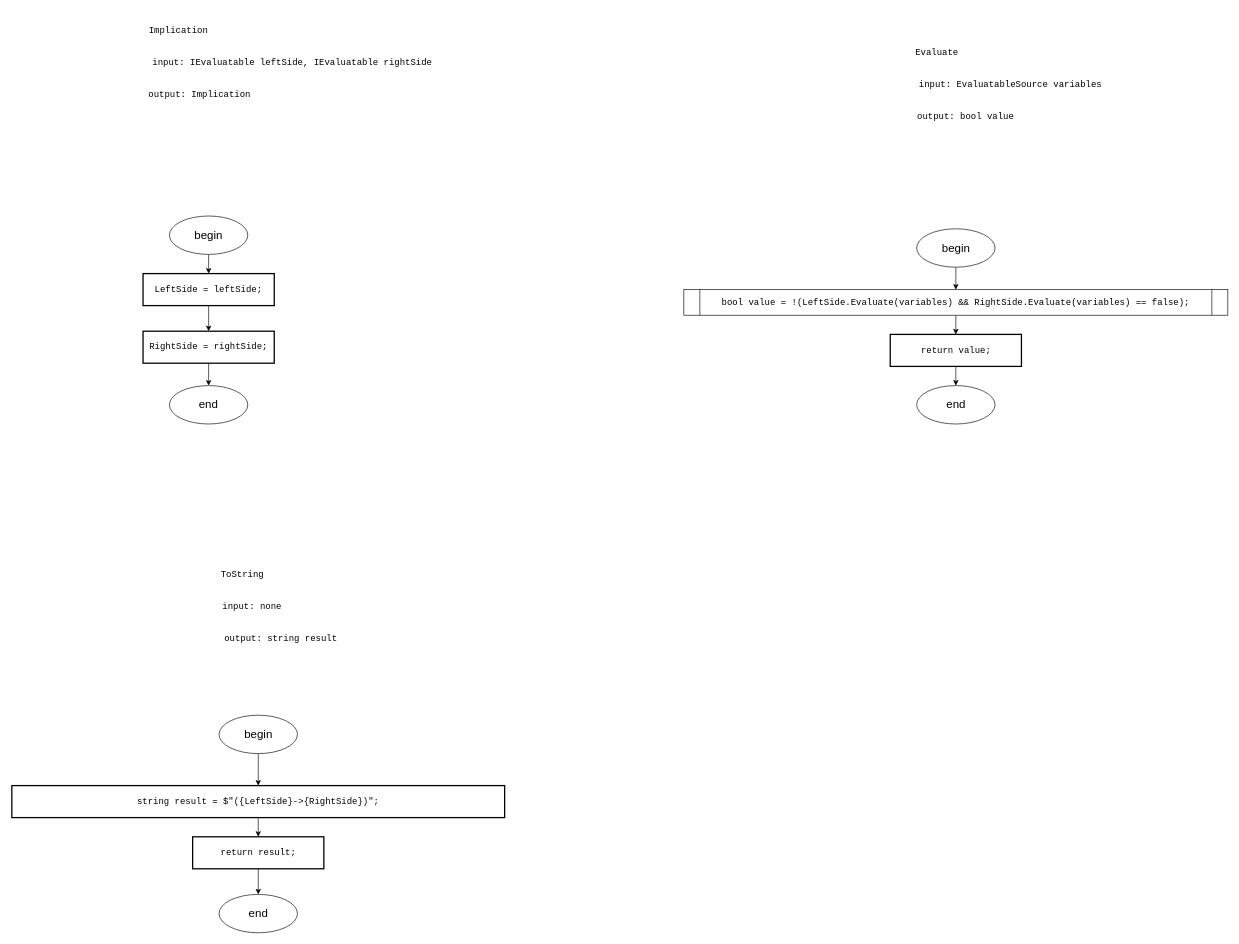
This is Diagrams/implication.drawio from slavikovics/FictionalVariables, a draw.io file, before an edit. Source tidied: cells renumbered, new cells numbered last; positions are measured from the earlier drawing's top-left corner, leaving out a move shared by most shapes. Both pictures are drawn from the tidied source at 64%, with x=0, y=0 at pixel (12, 11).
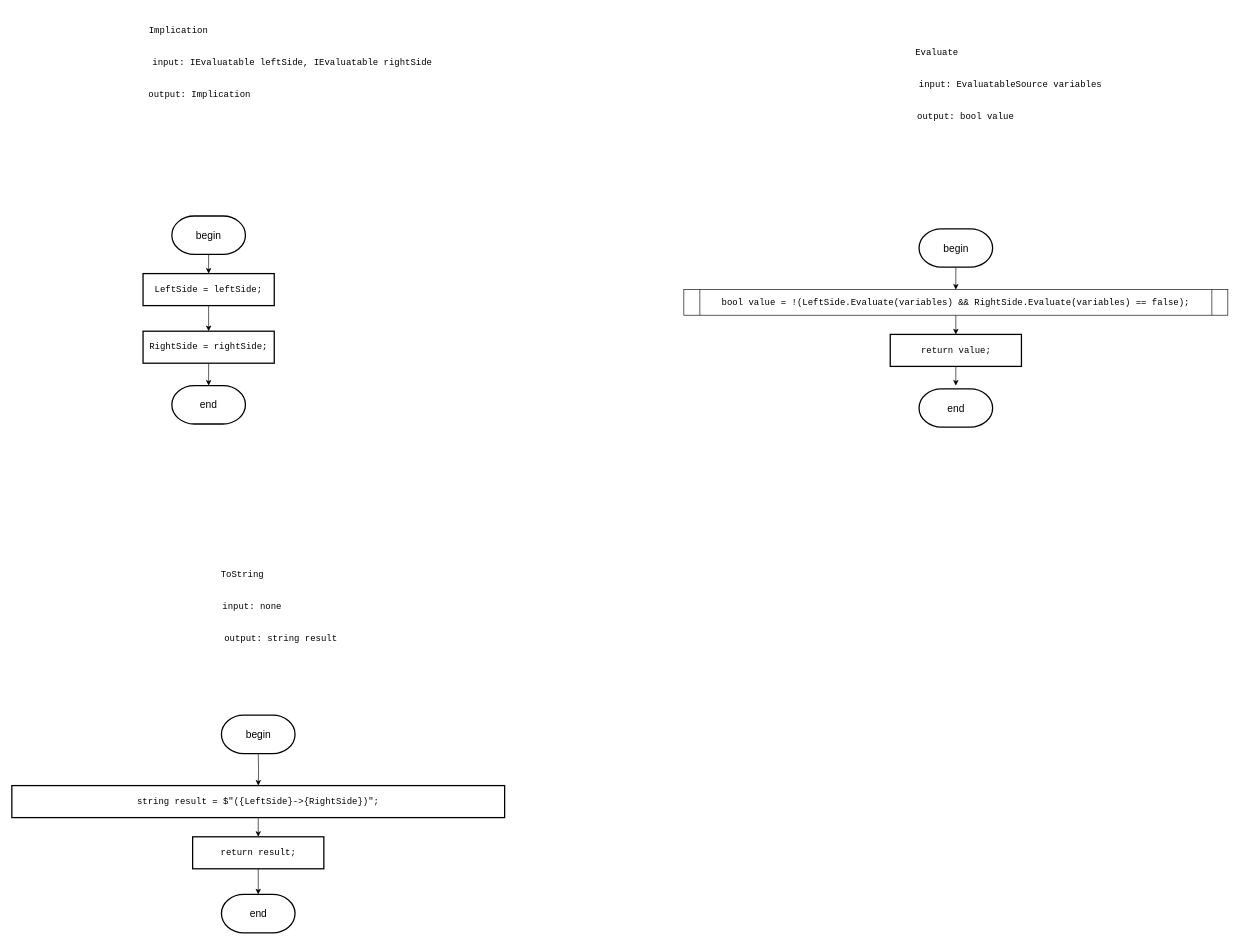
Above is the later version.

The change refers to these unchanged cells:
```xml
<mxCell id="4" value="&lt;div style=&quot;&quot;&gt;&lt;pre style=&quot;font-family: &amp;quot;JetBrains Mono&amp;quot;, monospace;&quot;&gt;LeftSide = &lt;span style=&quot;&quot;&gt;leftSide&lt;/span&gt;;&lt;/pre&gt;&lt;/div&gt;" style="rounded=0;whiteSpace=wrap;html=1;absoluteArcSize=1;arcSize=14;strokeWidth=2;fontSize=14;labelBackgroundColor=none;fontColor=#000000;" parent="1" vertex="1">
  <mxGeometry x="205" y="410" width="205" height="50" as="geometry" />
</mxCell>
<mxCell id="6" value="&lt;div style=&quot;&quot;&gt;&lt;pre style=&quot;font-family: &amp;quot;JetBrains Mono&amp;quot;, monospace;&quot;&gt;&lt;div&gt;&lt;pre style=&quot;font-family: &amp;quot;JetBrains Mono&amp;quot;, monospace;&quot;&gt;RightSide = &lt;span style=&quot;&quot;&gt;rightSide&lt;/span&gt;;&lt;/pre&gt;&lt;/div&gt;&lt;/pre&gt;&lt;/div&gt;" style="rounded=0;whiteSpace=wrap;html=1;absoluteArcSize=1;arcSize=14;strokeWidth=2;fontSize=14;labelBackgroundColor=none;fontColor=#000000;" parent="1" vertex="1">
  <mxGeometry x="205" y="500" width="205" height="50" as="geometry" />
</mxCell>
<mxCell id="14" value="&lt;div style=&quot;&quot;&gt;&lt;pre style=&quot;font-family: &amp;quot;JetBrains Mono&amp;quot;, monospace;&quot;&gt;&lt;pre style=&quot;font-family: &amp;quot;JetBrains Mono&amp;quot;, monospace;&quot;&gt;&lt;pre style=&quot;font-family: &amp;quot;JetBrains Mono&amp;quot;, monospace;&quot;&gt;&lt;pre style=&quot;font-family: &amp;quot;JetBrains Mono&amp;quot;, monospace;&quot;&gt;&lt;pre style=&quot;font-family: &amp;quot;JetBrains Mono&amp;quot;, monospace;&quot;&gt;&lt;div&gt;&lt;pre style=&quot;font-family: &amp;quot;JetBrains Mono&amp;quot;, monospace;&quot;&gt;&lt;span style=&quot;&quot;&gt;string &lt;/span&gt;result = &lt;span style=&quot;&quot;&gt;$&quot;(&lt;/span&gt;{LeftSide}&lt;span style=&quot;&quot;&gt;-&amp;gt;&lt;/span&gt;{RightSide}&lt;span style=&quot;&quot;&gt;)&quot;&lt;/span&gt;;&lt;/pre&gt;&lt;/div&gt;&lt;/pre&gt;&lt;/pre&gt;&lt;/pre&gt;&lt;/pre&gt;&lt;/pre&gt;&lt;/div&gt;" style="rounded=0;whiteSpace=wrap;html=1;absoluteArcSize=1;arcSize=14;strokeWidth=2;fontSize=14;labelBackgroundColor=none;fontColor=#000000;" parent="1" vertex="1">
  <mxGeometry y="1210" width="770" height="50" as="geometry" />
</mxCell>
<mxCell id="18" value="&lt;pre style=&quot;font-family: &amp;quot;JetBrains Mono&amp;quot;, monospace;&quot;&gt;&lt;span style=&quot;&quot;&gt;bool &lt;/span&gt;&lt;span style=&quot;&quot;&gt;value &lt;/span&gt;= !(LeftSide.&lt;span style=&quot;&quot;&gt;Evaluate&lt;/span&gt;(&lt;span style=&quot;&quot;&gt;variables&lt;/span&gt;) &amp;amp;&amp;amp; RightSide.&lt;span style=&quot;&quot;&gt;Evaluate&lt;/span&gt;(&lt;span style=&quot;&quot;&gt;variables&lt;/span&gt;) == &lt;span style=&quot;&quot;&gt;false&lt;/span&gt;);&lt;/pre&gt;" style="shape=process;whiteSpace=wrap;html=1;backgroundOutline=1;size=0.0297029702970297;fontSize=14;labelBackgroundColor=none;fontColor=#000000;" parent="1" vertex="1">
  <mxGeometry x="1050" y="435" width="850" height="40" as="geometry" />
</mxCell>
<mxCell id="20" value="&lt;div style=&quot;&quot;&gt;&lt;pre style=&quot;font-family: &amp;quot;JetBrains Mono&amp;quot;, monospace;&quot;&gt;&lt;div&gt;&lt;pre style=&quot;font-family: &amp;quot;JetBrains Mono&amp;quot;, monospace;&quot;&gt;&lt;span style=&quot;&quot;&gt;return &lt;/span&gt;result;&lt;/pre&gt;&lt;/div&gt;&lt;/pre&gt;&lt;/div&gt;" style="rounded=0;whiteSpace=wrap;html=1;absoluteArcSize=1;arcSize=14;strokeWidth=2;fontSize=14;labelBackgroundColor=none;fontColor=#000000;" parent="1" vertex="1">
  <mxGeometry x="282.5" y="1290" width="205" height="50" as="geometry" />
</mxCell>
<mxCell id="22" value="&lt;div style=&quot;&quot;&gt;&lt;pre style=&quot;font-family: &amp;quot;JetBrains Mono&amp;quot;, monospace;&quot;&gt;&lt;pre style=&quot;font-family: &amp;quot;JetBrains Mono&amp;quot;, monospace;&quot;&gt;&lt;div&gt;&lt;pre style=&quot;font-family: &amp;quot;JetBrains Mono&amp;quot;, monospace;&quot;&gt;&lt;span style=&quot;&quot;&gt;return &lt;/span&gt;value;&lt;/pre&gt;&lt;/div&gt;&lt;/pre&gt;&lt;/pre&gt;&lt;/div&gt;" style="rounded=0;whiteSpace=wrap;html=1;absoluteArcSize=1;arcSize=14;strokeWidth=2;fontSize=14;labelBackgroundColor=none;fontColor=#000000;" parent="1" vertex="1">
  <mxGeometry x="1372.5" y="505" width="205" height="50" as="geometry" />
</mxCell>
```

What changed in the source:
```diff
@@
-    <mxCell id="5" style="edgeStyle=orthogonalEdgeStyle;rounded=0;jettySize=auto;html=1;exitX=0.5;exitY=1;exitDx=0;exitDy=0;entryX=0.5;entryY=0;entryDx=0;entryDy=0;" parent="1" edge="1" source="6" target="25">
-      <mxGeometry relative="1" as="geometry" />
+    <mxCell id="5" style="edgeStyle=orthogonalEdgeStyle;rounded=0;jettySize=auto;html=1;exitX=0.5;exitY=1;exitDx=0;exitDy=0;entryX=0.5;entryY=0;entryDx=0;entryDy=0;" parent="1" edge="1" source="6">
+      <mxGeometry relative="1" as="geometry">
+        <mxPoint x="307.5" y="585" as="targetPoint" />
+      </mxGeometry>
     </mxCell>
@@
-    <mxCell id="19" style="edgeStyle=orthogonalEdgeStyle;rounded=0;jettySize=auto;html=1;exitX=0.5;exitY=1;exitDx=0;exitDy=0;entryX=0.5;entryY=0;entryDx=0;entryDy=0;" parent="1" edge="1" source="20" target="28">
-      <mxGeometry relative="1" as="geometry" />
+    <mxCell id="19" style="edgeStyle=orthogonalEdgeStyle;rounded=0;jettySize=auto;html=1;exitX=0.5;exitY=1;exitDx=0;exitDy=0;entryX=0.5;entryY=0;entryDx=0;entryDy=0;" parent="1" edge="1" source="20">
+      <mxGeometry relative="1" as="geometry">
+        <mxPoint x="385" y="1380" as="targetPoint" />
+      </mxGeometry>
     </mxCell>
@@
-    <mxCell id="21" style="edgeStyle=orthogonalEdgeStyle;rounded=0;jettySize=auto;html=1;exitX=0.5;exitY=1;exitDx=0;exitDy=0;" parent="1" edge="1" source="22" target="31">
-      <mxGeometry relative="1" as="geometry" />
+    <mxCell id="21" style="edgeStyle=orthogonalEdgeStyle;rounded=0;jettySize=auto;html=1;exitX=0.5;exitY=1;exitDx=0;exitDy=0;" parent="1" edge="1" source="22">
+      <mxGeometry relative="1" as="geometry">
+        <mxPoint x="1475" y="585" as="targetPoint" />
+      </mxGeometry>
     </mxCell>
@@
-    <mxCell id="23" style="edgeStyle=orthogonalEdgeStyle;rounded=0;jettySize=auto;html=1;exitX=0.5;exitY=1;exitDx=0;exitDy=0;entryX=0.5;entryY=0;entryDx=0;entryDy=0;" parent="1" edge="1" source="24" target="4">
-      <mxGeometry relative="1" as="geometry" />
+    <mxCell id="23" style="edgeStyle=orthogonalEdgeStyle;rounded=0;jettySize=auto;html=1;exitX=0.5;exitY=1;exitDx=0;exitDy=0;entryX=0.5;entryY=0;entryDx=0;entryDy=0;" parent="1" edge="1" target="4">
+      <mxGeometry relative="1" as="geometry">
+        <mxPoint x="307.5" y="380" as="sourcePoint" />
+      </mxGeometry>
     </mxCell>
-    <mxCell id="24" value="&lt;font style=&quot;font-size: 18px;&quot;&gt;begin&lt;/font&gt;" style="ellipse;whiteSpace=wrap;html=1;" parent="1" vertex="1">
-      <mxGeometry x="246.2" y="320" width="122.5" height="60" as="geometry" />
-    </mxCell>
-    <mxCell id="25" value="&lt;font style=&quot;font-size: 18px;&quot;&gt;end&lt;/font&gt;" style="ellipse;whiteSpace=wrap;html=1;" parent="1" vertex="1">
-      <mxGeometry x="246.2" y="585" width="122.5" height="60" as="geometry" />
-    </mxCell>
-    <mxCell id="26" style="edgeStyle=orthogonalEdgeStyle;rounded=0;jettySize=auto;html=1;exitX=0.5;exitY=1;exitDx=0;exitDy=0;entryX=0.5;entryY=0;entryDx=0;entryDy=0;" parent="1" edge="1" source="27" target="14">
-      <mxGeometry relative="1" as="geometry" />
+    <mxCell id="26" style="edgeStyle=orthogonalEdgeStyle;rounded=0;jettySize=auto;html=1;exitX=0.5;exitY=1;exitDx=0;exitDy=0;entryX=0.5;entryY=0;entryDx=0;entryDy=0;" parent="1" edge="1" target="14">
+      <mxGeometry relative="1" as="geometry">
+        <mxPoint x="385" y="1160" as="sourcePoint" />
+      </mxGeometry>
     </mxCell>
-    <mxCell id="27" value="&lt;font style=&quot;font-size: 18px;&quot;&gt;begin&lt;/font&gt;" style="ellipse;whiteSpace=wrap;html=1;" parent="1" vertex="1">
-      <mxGeometry x="323.8" y="1100" width="122.5" height="60" as="geometry" />
-    </mxCell>
-    <mxCell id="28" value="&lt;font style=&quot;font-size: 18px;&quot;&gt;end&lt;/font&gt;" style="ellipse;whiteSpace=wrap;html=1;" parent="1" vertex="1">
-      <mxGeometry x="323.8" y="1380" width="122.5" height="60" as="geometry" />
-    </mxCell>
-    <mxCell id="29" style="edgeStyle=orthogonalEdgeStyle;rounded=0;jettySize=auto;html=1;exitX=0.5;exitY=1;exitDx=0;exitDy=0;entryX=0.5;entryY=0;entryDx=0;entryDy=0;" parent="1" edge="1" source="30" target="18">
-      <mxGeometry relative="1" as="geometry" />
+    <mxCell id="29" style="edgeStyle=orthogonalEdgeStyle;rounded=0;jettySize=auto;html=1;exitX=0.5;exitY=1;exitDx=0;exitDy=0;entryX=0.5;entryY=0;entryDx=0;entryDy=0;" parent="1" edge="1" target="18">
+      <mxGeometry relative="1" as="geometry">
+        <mxPoint x="1475" y="400" as="sourcePoint" />
+      </mxGeometry>
     </mxCell>
-    <mxCell id="30" value="&lt;font style=&quot;font-size: 18px;&quot;&gt;begin&lt;/font&gt;" style="ellipse;whiteSpace=wrap;html=1;" parent="1" vertex="1">
-      <mxGeometry x="1413.8" y="340" width="122.5" height="60" as="geometry" />
-    </mxCell>
-    <mxCell id="31" value="&lt;font style=&quot;font-size: 18px;&quot;&gt;end&lt;/font&gt;" style="ellipse;whiteSpace=wrap;html=1;" parent="1" vertex="1">
-      <mxGeometry x="1413.8" y="585" width="122.5" height="60" as="geometry" />
-    </mxCell>
+    <mxCell id="32" value="&lt;font style=&quot;font-size: 16px;&quot;&gt;begin&lt;/font&gt;" style="strokeWidth=2;html=1;shape=mxgraph.flowchart.terminator;whiteSpace=wrap;" parent="1" vertex="1">
+      <mxGeometry x="250" y="320" width="115" height="60" as="geometry" />
+    </mxCell>
+    <mxCell id="33" value="&lt;font style=&quot;font-size: 16px;&quot;&gt;end&lt;/font&gt;" style="strokeWidth=2;html=1;shape=mxgraph.flowchart.terminator;whiteSpace=wrap;" parent="1" vertex="1">
+      <mxGeometry x="250" y="585" width="115" height="60" as="geometry" />
+    </mxCell>
+    <mxCell id="34" value="&lt;font style=&quot;font-size: 16px;&quot;&gt;begin&lt;/font&gt;" style="strokeWidth=2;html=1;shape=mxgraph.flowchart.terminator;whiteSpace=wrap;" parent="1" vertex="1">
+      <mxGeometry x="1417.5" y="340" width="115" height="60" as="geometry" />
+    </mxCell>
+    <mxCell id="35" value="&lt;font style=&quot;font-size: 16px;&quot;&gt;begin&lt;/font&gt;" style="strokeWidth=2;html=1;shape=mxgraph.flowchart.terminator;whiteSpace=wrap;" parent="1" vertex="1">
+      <mxGeometry x="327.5" y="1100" width="115" height="60" as="geometry" />
+    </mxCell>
+    <mxCell id="36" value="&lt;font style=&quot;font-size: 16px;&quot;&gt;end&lt;/font&gt;" style="strokeWidth=2;html=1;shape=mxgraph.flowchart.terminator;whiteSpace=wrap;" parent="1" vertex="1">
+      <mxGeometry x="327.5" y="1380" width="115" height="60" as="geometry" />
+    </mxCell>
+    <mxCell id="37" value="&lt;font style=&quot;font-size: 16px;&quot;&gt;end&lt;/font&gt;" style="strokeWidth=2;html=1;shape=mxgraph.flowchart.terminator;whiteSpace=wrap;" parent="1" vertex="1">
+      <mxGeometry x="1417.5" y="590" width="115" height="60" as="geometry" />
+    </mxCell>
```
